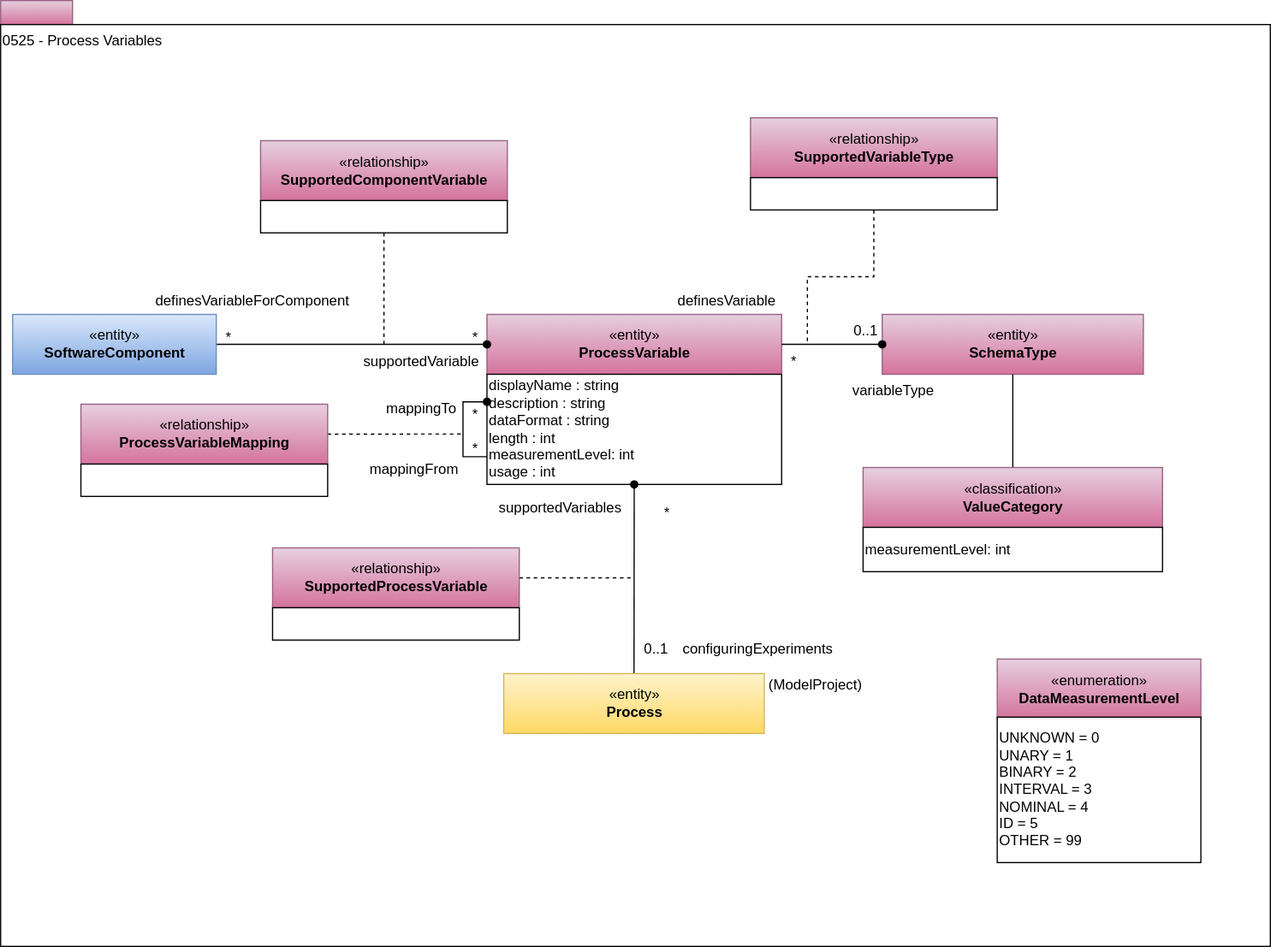
Earlier version of the draw.io export site/docs/types/5/0525-Process-Variables.svg (odpi/egeria-docs). Source tidied: cells renumbered, new cells last; positions are measured from the earlier drawing's top-left corner, leaving out a move shared by most shapes. Its diagram source:
```xml
<mxGraphModel>
  <root>
    <mxCell id="0" />
    <mxCell id="1" parent="0" />
    <mxCell id="2" style="rounded=0;whiteSpace=wrap;html=1;align=left;fillColor=#e6d0de;strokeColor=#996185;gradientColor=#d5739d;" parent="1" vertex="1">
      <mxGeometry width="60" height="20" as="geometry" />
    </mxCell>
    <mxCell id="3" value="0525 - Process Variables" style="rounded=0;whiteSpace=wrap;html=1;align=left;verticalAlign=top;" parent="1" vertex="1">
      <mxGeometry y="20" width="1060" height="770" as="geometry" />
    </mxCell>
    <mxCell id="4" value="«entity»&lt;br&gt;&lt;b&gt;ProcessVariable&lt;/b&gt;" style="html=1;strokeColor=#996185;align=center;fillColor=#e6d0de;gradientColor=#d5739d;" parent="1" vertex="1">
      <mxGeometry x="406" y="262.1" width="246" height="50" as="geometry" />
    </mxCell>
    <mxCell id="5" value="displayName : string&lt;br&gt;description : string&lt;br&gt;dataFormat : string&lt;br&gt;length : int&lt;br&gt;measurementLevel: int&lt;br&gt;usage : int&lt;br&gt;&lt;div style=&quot;text-align: left&quot;&gt;&lt;/div&gt;" style="rounded=0;whiteSpace=wrap;html=1;strokeColor=#000000;gradientColor=#ffffff;align=left;" parent="1" vertex="1">
      <mxGeometry x="406" y="312.1" width="246" height="92" as="geometry" />
    </mxCell>
    <mxCell id="6" value="«entity»&lt;br&gt;&lt;b&gt;SchemaType&lt;/b&gt;" style="html=1;strokeColor=#996185;align=center;fillColor=#e6d0de;gradientColor=#d5739d;" parent="1" vertex="1">
      <mxGeometry x="736" y="262.1" width="218" height="50" as="geometry" />
    </mxCell>
    <mxCell id="7" value="variableType" style="text;html=1;align=center;verticalAlign=middle;" parent="1" vertex="1">
      <mxGeometry x="705" y="316.4" width="80" height="20" as="geometry" />
    </mxCell>
    <mxCell id="8" style="edgeStyle=orthogonalEdgeStyle;rounded=0;html=1;exitX=0.5;exitY=1;exitDx=0;exitDy=0;endArrow=none;endFill=0;jettySize=auto;dashed=1;" parent="1" edge="1" source="10">
      <mxGeometry relative="1" as="geometry">
        <mxPoint x="673.5" y="286.4" as="targetPoint" />
      </mxGeometry>
    </mxCell>
    <mxCell id="9" value="«relationship»&lt;br&gt;&lt;b&gt;SupportedVariableType&lt;/b&gt;" style="html=1;strokeColor=#996185;align=center;fillColor=#e6d0de;gradientColor=#d5739d;" parent="1" vertex="1">
      <mxGeometry x="626" y="97.9" width="206" height="50" as="geometry" />
    </mxCell>
    <mxCell id="10" value="&lt;br&gt;&lt;div style=&quot;text-align: left&quot;&gt;&lt;/div&gt;" style="rounded=0;whiteSpace=wrap;html=1;strokeColor=#000000;gradientColor=#ffffff;align=left;" parent="1" vertex="1">
      <mxGeometry x="626" y="147.9" width="206" height="27" as="geometry" />
    </mxCell>
    <mxCell id="11" style="rounded=0;jettySize=auto;html=1;exitX=0.5;exitY=0;exitDx=0;exitDy=0;endArrow=oval;endFill=1;endSize=6;" parent="1" edge="1" source="12" target="5">
      <mxGeometry relative="1" as="geometry" />
    </mxCell>
    <mxCell id="12" value="«entity»&lt;br&gt;&lt;b&gt;Process&lt;/b&gt;" style="html=1;strokeColor=#d6b656;align=center;fillColor=#fff2cc;gradientColor=#ffd966;" parent="1" vertex="1">
      <mxGeometry x="420" y="562.1" width="217.5" height="50" as="geometry" />
    </mxCell>
    <mxCell id="13" value="(ModelProject)" style="text;html=1;align=center;verticalAlign=middle;" parent="1" vertex="1">
      <mxGeometry x="635" y="562.1" width="90" height="20" as="geometry" />
    </mxCell>
    <mxCell id="14" style="edgeStyle=orthogonalEdgeStyle;rounded=0;html=1;exitX=1;exitY=0.5;exitDx=0;exitDy=0;endArrow=none;endFill=0;jettySize=auto;dashed=1;" parent="1" edge="1" source="15">
      <mxGeometry relative="1" as="geometry">
        <mxPoint x="528" y="482.1" as="targetPoint" />
      </mxGeometry>
    </mxCell>
    <mxCell id="15" value="«relationship»&lt;br&gt;&lt;b&gt;SupportedProcessVariable&lt;/b&gt;" style="html=1;strokeColor=#996185;align=center;fillColor=#e6d0de;gradientColor=#d5739d;" parent="1" vertex="1">
      <mxGeometry x="227" y="457.1" width="206" height="50" as="geometry" />
    </mxCell>
    <mxCell id="16" value="&lt;br&gt;&lt;div style=&quot;text-align: left&quot;&gt;&lt;/div&gt;" style="rounded=0;whiteSpace=wrap;html=1;strokeColor=#000000;gradientColor=#ffffff;align=left;" parent="1" vertex="1">
      <mxGeometry x="227" y="507.1" width="206" height="27" as="geometry" />
    </mxCell>
    <mxCell id="17" value="*" style="text;html=1;align=center;verticalAlign=middle;" parent="1" vertex="1">
      <mxGeometry x="546" y="418.1" width="20" height="20" as="geometry" />
    </mxCell>
    <mxCell id="18" value="0..1" style="text;html=1;align=center;verticalAlign=middle;" parent="1" vertex="1">
      <mxGeometry x="527" y="532.1" width="40" height="20" as="geometry" />
    </mxCell>
    <mxCell id="19" value="supportedVariables" style="text;html=1;align=center;verticalAlign=middle;" parent="1" vertex="1">
      <mxGeometry x="407" y="414.1" width="120" height="20" as="geometry" />
    </mxCell>
    <mxCell id="20" value="configuringExperiments" style="text;html=1;align=center;verticalAlign=middle;" parent="1" vertex="1">
      <mxGeometry x="562" y="532.1" width="140" height="20" as="geometry" />
    </mxCell>
    <mxCell id="21" value="«enumeration»&lt;br&gt;&lt;b&gt;DataMeasurementLevel&lt;/b&gt;" style="html=1;strokeColor=#996185;align=center;fillColor=#e6d0de;gradientColor=#d5739d;" parent="1" vertex="1">
      <mxGeometry x="832" y="550" width="170" height="50" as="geometry" />
    </mxCell>
    <mxCell id="22" value="UNKNOWN = 0&lt;br&gt;UNARY = 1&lt;br&gt;BINARY = 2&lt;br&gt;INTERVAL = 3&lt;br&gt;NOMINAL = 4&lt;br&gt;ID = 5&lt;br&gt;OTHER = 99" style="rounded=0;whiteSpace=wrap;html=1;strokeColor=#000000;gradientColor=#ffffff;align=left;" parent="1" vertex="1">
      <mxGeometry x="832" y="598.5" width="170" height="121.5" as="geometry" />
    </mxCell>
    <mxCell id="23" style="edgeStyle=orthogonalEdgeStyle;rounded=0;jettySize=auto;html=1;endArrow=none;endFill=0;endSize=16;" parent="1" edge="1" source="24" target="6">
      <mxGeometry relative="1" as="geometry" />
    </mxCell>
    <mxCell id="24" value="«classification»&lt;br&gt;&lt;b&gt;ValueCategory&lt;/b&gt;" style="html=1;strokeColor=#996185;align=center;fillColor=#e6d0de;gradientColor=#d5739d;" parent="1" vertex="1">
      <mxGeometry x="720" y="390" width="250" height="50" as="geometry" />
    </mxCell>
    <mxCell id="25" value="measurementLevel: int&lt;br&gt;&lt;div style=&quot;text-align: left&quot;&gt;&lt;/div&gt;" style="rounded=0;whiteSpace=wrap;html=1;strokeColor=#000000;gradientColor=#ffffff;align=left;" parent="1" vertex="1">
      <mxGeometry x="720" y="440" width="250" height="37" as="geometry" />
    </mxCell>
    <mxCell id="26" value="*" style="text;html=1;align=center;verticalAlign=middle;" parent="1" vertex="1">
      <mxGeometry x="652" y="292.1" width="20" height="20" as="geometry" />
    </mxCell>
    <mxCell id="27" value="0..1" style="text;html=1;align=center;verticalAlign=middle;" parent="1" vertex="1">
      <mxGeometry x="702" y="266.4" width="40" height="20" as="geometry" />
    </mxCell>
    <mxCell id="28" value="definesVariable" style="text;html=1;align=center;verticalAlign=middle;" parent="1" vertex="1">
      <mxGeometry x="556" y="241" width="100" height="20" as="geometry" />
    </mxCell>
    <mxCell id="29" style="edgeStyle=orthogonalEdgeStyle;rounded=0;jettySize=auto;html=1;exitX=1;exitY=0.5;exitDx=0;exitDy=0;endArrow=oval;endFill=1;endSize=6;entryX=0;entryY=0.5;entryDx=0;entryDy=0;" parent="1" edge="1" source="38" target="4">
      <mxGeometry relative="1" as="geometry" />
    </mxCell>
    <mxCell id="30" style="edgeStyle=orthogonalEdgeStyle;rounded=0;jettySize=auto;html=1;endArrow=oval;endFill=1;endSize=6;entryX=0;entryY=0.25;entryDx=0;entryDy=0;" parent="1" edge="1" target="5">
      <mxGeometry relative="1" as="geometry">
        <mxPoint x="406" y="381" as="sourcePoint" />
        <Array as="points">
          <mxPoint x="386" y="381" />
          <mxPoint x="386" y="335" />
        </Array>
      </mxGeometry>
    </mxCell>
    <mxCell id="31" value="supportedVariable" style="text;html=1;align=center;verticalAlign=middle;" parent="1" vertex="1">
      <mxGeometry x="296" y="292.1" width="110" height="20" as="geometry" />
    </mxCell>
    <mxCell id="32" style="edgeStyle=orthogonalEdgeStyle;rounded=0;html=1;exitX=0.5;exitY=1;exitDx=0;exitDy=0;endArrow=none;endFill=0;jettySize=auto;dashed=1;" parent="1" edge="1" source="34">
      <mxGeometry relative="1" as="geometry">
        <mxPoint x="320" y="287" as="targetPoint" />
      </mxGeometry>
    </mxCell>
    <mxCell id="33" value="«relationship»&lt;br&gt;&lt;b&gt;SupportedComponentVariable&lt;/b&gt;" style="html=1;strokeColor=#996185;align=center;fillColor=#e6d0de;gradientColor=#d5739d;" parent="1" vertex="1">
      <mxGeometry x="217" y="117" width="206" height="50" as="geometry" />
    </mxCell>
    <mxCell id="34" value="&lt;br&gt;&lt;div style=&quot;text-align: left&quot;&gt;&lt;/div&gt;" style="rounded=0;whiteSpace=wrap;html=1;strokeColor=#000000;gradientColor=#ffffff;align=left;" parent="1" vertex="1">
      <mxGeometry x="217" y="167" width="206" height="27" as="geometry" />
    </mxCell>
    <mxCell id="35" value="*" style="text;html=1;align=center;verticalAlign=middle;" parent="1" vertex="1">
      <mxGeometry x="386" y="272.1" width="20" height="20" as="geometry" />
    </mxCell>
    <mxCell id="36" value="*" style="text;html=1;align=center;verticalAlign=middle;" parent="1" vertex="1">
      <mxGeometry x="180" y="272.1" width="20" height="20" as="geometry" />
    </mxCell>
    <mxCell id="37" value="definesVariableForComponent" style="text;html=1;align=center;verticalAlign=middle;" parent="1" vertex="1">
      <mxGeometry x="120" y="241" width="180" height="20" as="geometry" />
    </mxCell>
    <mxCell id="38" value="«entity»&lt;br&gt;&lt;b&gt;SoftwareComponent&lt;/b&gt;" style="html=1;strokeColor=#6c8ebf;align=center;fillColor=#dae8fc;gradientColor=#7ea6e0;" parent="1" vertex="1">
      <mxGeometry x="10" y="262.1" width="170" height="50" as="geometry" />
    </mxCell>
    <mxCell id="39" style="edgeStyle=orthogonalEdgeStyle;rounded=0;html=1;exitX=1;exitY=0.5;exitDx=0;exitDy=0;endArrow=none;endFill=0;jettySize=auto;dashed=1;" parent="1" edge="1" source="40">
      <mxGeometry relative="1" as="geometry">
        <mxPoint x="387" y="362" as="targetPoint" />
      </mxGeometry>
    </mxCell>
    <mxCell id="40" value="«relationship»&lt;br&gt;&lt;b&gt;ProcessVariableMapping&lt;/b&gt;" style="html=1;strokeColor=#996185;align=center;fillColor=#e6d0de;gradientColor=#d5739d;" parent="1" vertex="1">
      <mxGeometry x="67" y="337.1" width="206" height="50" as="geometry" />
    </mxCell>
    <mxCell id="41" value="&lt;br&gt;&lt;div style=&quot;text-align: left&quot;&gt;&lt;/div&gt;" style="rounded=0;whiteSpace=wrap;html=1;strokeColor=#000000;gradientColor=#ffffff;align=left;" parent="1" vertex="1">
      <mxGeometry x="67" y="387.1" width="206" height="27" as="geometry" />
    </mxCell>
    <mxCell id="42" value="*" style="text;html=1;align=center;verticalAlign=middle;" parent="1" vertex="1">
      <mxGeometry x="386" y="336.4" width="20" height="20" as="geometry" />
    </mxCell>
    <mxCell id="43" value="*" style="text;html=1;align=center;verticalAlign=middle;" parent="1" vertex="1">
      <mxGeometry x="386" y="365.1" width="20" height="20" as="geometry" />
    </mxCell>
    <mxCell id="44" style="edgeStyle=orthogonalEdgeStyle;rounded=0;jettySize=auto;html=1;exitX=1;exitY=0.5;exitDx=0;exitDy=0;entryX=0;entryY=0.5;entryDx=0;entryDy=0;endArrow=oval;endFill=1;endSize=6;" parent="1" edge="1" source="4" target="6">
      <mxGeometry relative="1" as="geometry" />
    </mxCell>
    <mxCell id="45" value="mappingFrom" style="text;html=1;align=center;verticalAlign=middle;strokeColor=none;fillColor=none;fontSize=12;" parent="1" vertex="1">
      <mxGeometry x="300" y="382.1" width="90" height="20" as="geometry" />
    </mxCell>
    <mxCell id="46" value="mappingTo" style="text;html=1;align=center;verticalAlign=middle;strokeColor=none;fillColor=none;fontSize=12;" parent="1" vertex="1">
      <mxGeometry x="316" y="331" width="70" height="20" as="geometry" />
    </mxCell>
  </root>
</mxGraphModel>
```
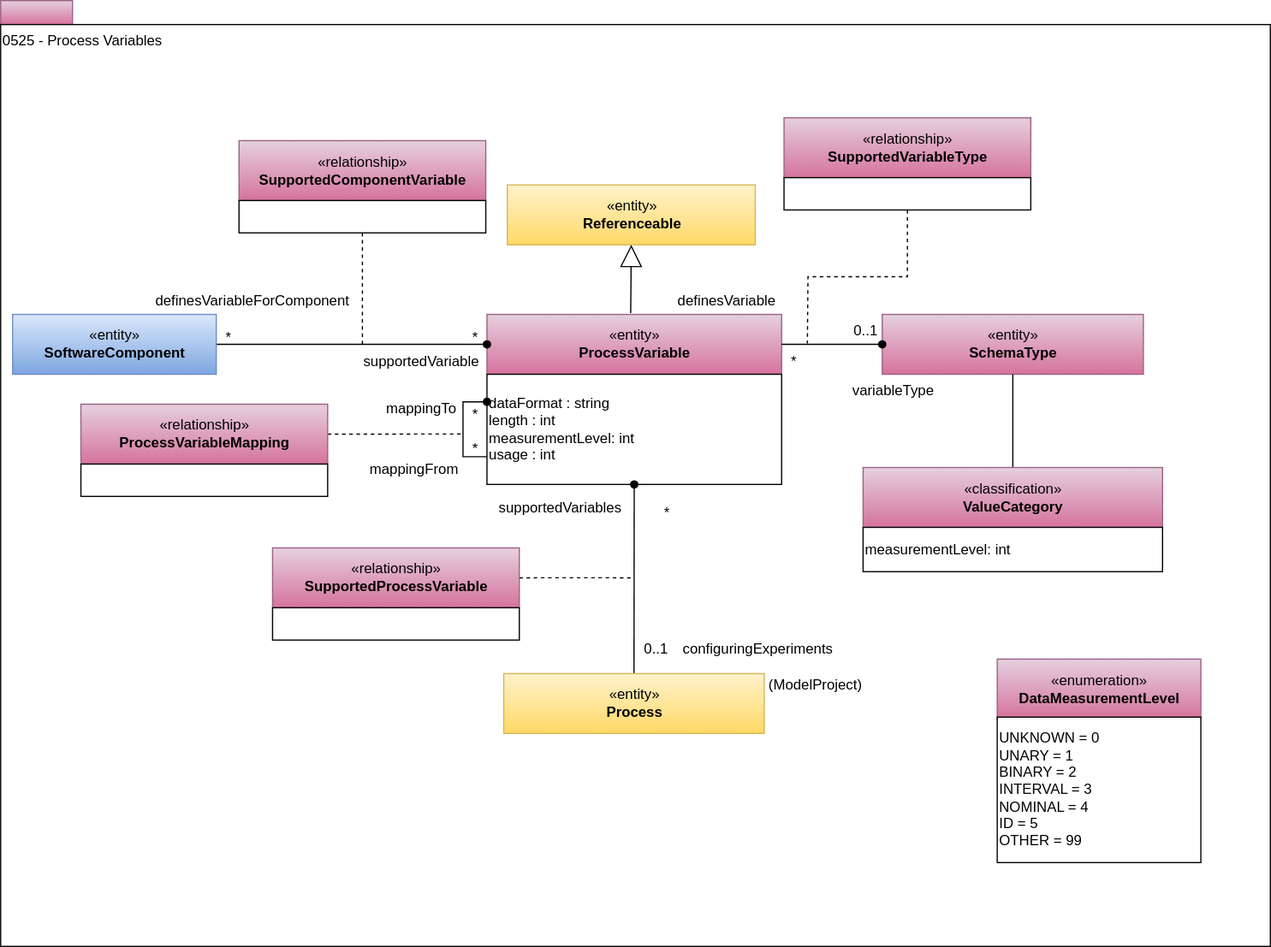
The same file after the commit.

Diff of the diagram source:
```diff
@@ -11,7 +11,7 @@
     <mxCell id="4" value="«entity»&lt;br&gt;&lt;b&gt;ProcessVariable&lt;/b&gt;" style="html=1;strokeColor=#996185;align=center;fillColor=#e6d0de;gradientColor=#d5739d;" parent="1" vertex="1">
       <mxGeometry x="406" y="262.1" width="246" height="50" as="geometry" />
     </mxCell>
-    <mxCell id="5" value="displayName : string&lt;br&gt;description : string&lt;br&gt;dataFormat : string&lt;br&gt;length : int&lt;br&gt;measurementLevel: int&lt;br&gt;usage : int&lt;br&gt;&lt;div style=&quot;text-align: left&quot;&gt;&lt;/div&gt;" style="rounded=0;whiteSpace=wrap;html=1;strokeColor=#000000;gradientColor=#ffffff;align=left;" parent="1" vertex="1">
+    <mxCell id="5" value="dataFormat : string&lt;br&gt;length : int&lt;br&gt;measurementLevel: int&lt;br&gt;usage : int&lt;br&gt;&lt;div style=&quot;text-align: left&quot;&gt;&lt;/div&gt;" style="rounded=0;whiteSpace=wrap;html=1;strokeColor=#000000;gradientColor=#ffffff;align=left;" parent="1" vertex="1">
       <mxGeometry x="406" y="312.1" width="246" height="92" as="geometry" />
     </mxCell>
     <mxCell id="6" value="«entity»&lt;br&gt;&lt;b&gt;SchemaType&lt;/b&gt;" style="html=1;strokeColor=#996185;align=center;fillColor=#e6d0de;gradientColor=#d5739d;" parent="1" vertex="1">
@@ -26,10 +26,10 @@
       </mxGeometry>
     </mxCell>
     <mxCell id="9" value="«relationship»&lt;br&gt;&lt;b&gt;SupportedVariableType&lt;/b&gt;" style="html=1;strokeColor=#996185;align=center;fillColor=#e6d0de;gradientColor=#d5739d;" parent="1" vertex="1">
-      <mxGeometry x="626" y="97.9" width="206" height="50" as="geometry" />
+      <mxGeometry x="654" y="97.9" width="206" height="50" as="geometry" />
     </mxCell>
     <mxCell id="10" value="&lt;br&gt;&lt;div style=&quot;text-align: left&quot;&gt;&lt;/div&gt;" style="rounded=0;whiteSpace=wrap;html=1;strokeColor=#000000;gradientColor=#ffffff;align=left;" parent="1" vertex="1">
-      <mxGeometry x="626" y="147.9" width="206" height="27" as="geometry" />
+      <mxGeometry x="654" y="147.9" width="206" height="27" as="geometry" />
     </mxCell>
     <mxCell id="11" style="rounded=0;jettySize=auto;html=1;exitX=0.5;exitY=0;exitDx=0;exitDy=0;endArrow=oval;endFill=1;endSize=6;" parent="1" edge="1" source="12" target="5">
       <mxGeometry relative="1" as="geometry" />
@@ -104,14 +104,14 @@
     </mxCell>
     <mxCell id="32" style="edgeStyle=orthogonalEdgeStyle;rounded=0;html=1;exitX=0.5;exitY=1;exitDx=0;exitDy=0;endArrow=none;endFill=0;jettySize=auto;dashed=1;" parent="1" edge="1" source="34">
       <mxGeometry relative="1" as="geometry">
-        <mxPoint x="320" y="287" as="targetPoint" />
+        <mxPoint x="302" y="287" as="targetPoint" />
       </mxGeometry>
     </mxCell>
     <mxCell id="33" value="«relationship»&lt;br&gt;&lt;b&gt;SupportedComponentVariable&lt;/b&gt;" style="html=1;strokeColor=#996185;align=center;fillColor=#e6d0de;gradientColor=#d5739d;" parent="1" vertex="1">
-      <mxGeometry x="217" y="117" width="206" height="50" as="geometry" />
+      <mxGeometry x="199" y="117" width="206" height="50" as="geometry" />
     </mxCell>
     <mxCell id="34" value="&lt;br&gt;&lt;div style=&quot;text-align: left&quot;&gt;&lt;/div&gt;" style="rounded=0;whiteSpace=wrap;html=1;strokeColor=#000000;gradientColor=#ffffff;align=left;" parent="1" vertex="1">
-      <mxGeometry x="217" y="167" width="206" height="27" as="geometry" />
+      <mxGeometry x="199" y="167" width="206" height="27" as="geometry" />
     </mxCell>
     <mxCell id="35" value="*" style="text;html=1;align=center;verticalAlign=middle;" parent="1" vertex="1">
       <mxGeometry x="386" y="272.1" width="20" height="20" as="geometry" />
@@ -151,5 +151,13 @@
     <mxCell id="46" value="mappingTo" style="text;html=1;align=center;verticalAlign=middle;strokeColor=none;fillColor=none;fontSize=12;" parent="1" vertex="1">
       <mxGeometry x="316" y="331" width="70" height="20" as="geometry" />
     </mxCell>
+    <mxCell id="47" value="«entity»&lt;br&gt;&lt;b&gt;Referenceable&lt;/b&gt;" style="html=1;strokeColor=#d6b656;align=center;fillColor=#fff2cc;gradientColor=#ffd966;" parent="1" vertex="1">
+      <mxGeometry x="423" y="154" width="207" height="50" as="geometry" />
+    </mxCell>
+    <mxCell id="48" style="edgeStyle=orthogonalEdgeStyle;rounded=0;jettySize=auto;html=1;exitX=0.5;exitY=0;exitDx=0;exitDy=0;startSize=6;endArrow=block;endFill=0;endSize=16;entryX=0.5;entryY=1;entryDx=0;entryDy=0;" parent="1" edge="1" target="47">
+      <mxGeometry relative="1" as="geometry">
+        <mxPoint x="526" y="261" as="sourcePoint" />
+      </mxGeometry>
+    </mxCell>
   </root>
 </mxGraphModel>
```
